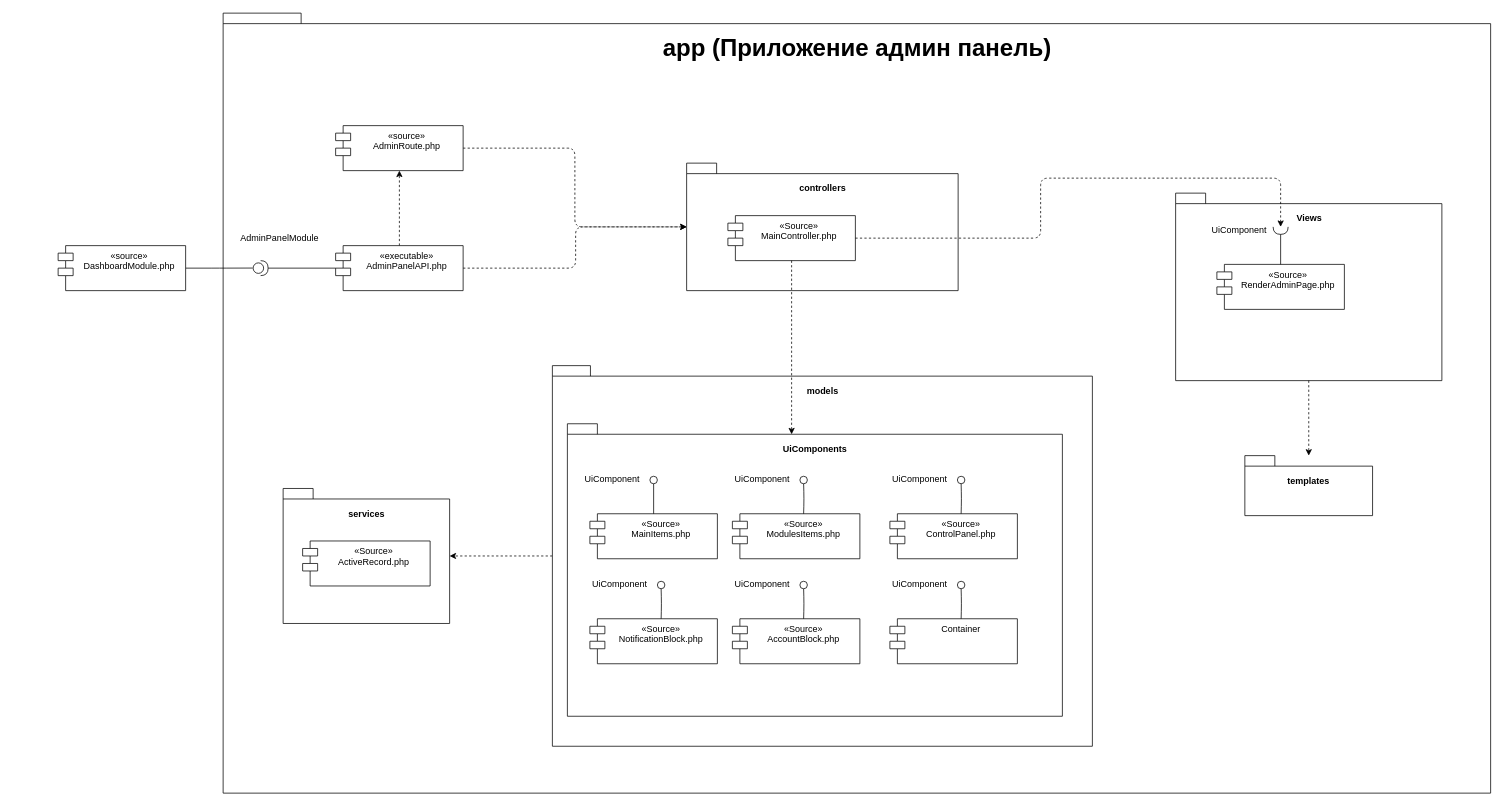
VadimContentHunter/admin-panel keeps this draw.io diagram as component diagrams.drawio. Above is the earlier version. Source tidied: cells renumbered, new cells numbered last; positions are measured from the earlier drawing's top-left corner, leaving out a move shared by most shapes. Both pictures are drawn from the tidied source at 75%, with x=0, y=0 at pixel (58, 13).
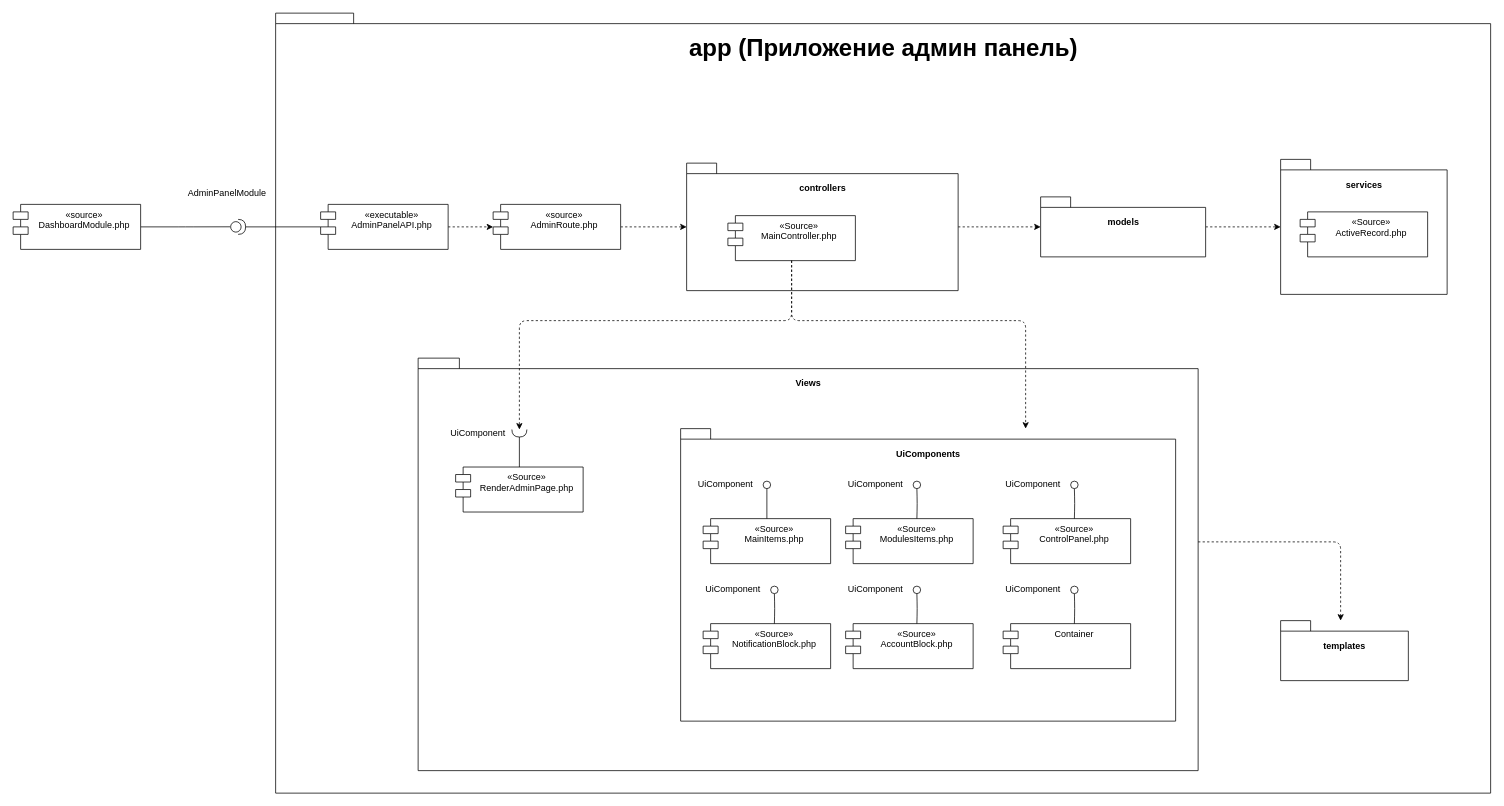
After the change.

Unchanged cells that the change refers to:
```xml
<mxCell id="3" value="controllers" style="shape=folder;fontStyle=1;spacingTop=20;tabWidth=40;tabHeight=14;tabPosition=left;html=1;verticalAlign=top;" parent="1" vertex="1">
  <mxGeometry x="838" y="200" width="362" height="170" as="geometry" />
</mxCell>
<mxCell id="12" value="«Source»&#10;MainController.php" style="shape=module;align=left;spacingLeft=20;align=center;verticalAlign=top;" parent="1" vertex="1">
  <mxGeometry x="893" y="270" width="170" height="60" as="geometry" />
</mxCell>
<mxCell id="23" value="services" style="shape=folder;fontStyle=1;spacingTop=20;tabWidth=40;tabHeight=14;tabPosition=left;html=1;verticalAlign=top;" parent="22" vertex="1">
  <mxGeometry width="222" height="180" as="geometry" />
</mxCell>
```

The edit, as a diff of the source:
```diff
@@
     <mxCell id="2" value="app (Приложение админ панель)" style="shape=folder;fontStyle=1;spacingTop=20;tabWidth=40;tabHeight=14;tabPosition=left;html=1;fontSize=32;verticalAlign=top;" parent="1" vertex="1">
-      <mxGeometry x="220" width="1690" height="1040" as="geometry" />
+      <mxGeometry x="290" width="1620" height="1040" as="geometry" />
     </mxCell>
+    <mxCell id="56" style="edgeStyle=orthogonalEdgeStyle;html=1;dashed=1;" parent="1" edge="1" source="3" target="26">
+      <mxGeometry relative="1" as="geometry" />
+    </mxCell>
@@
     <mxCell id="5" value="«source»&#10;AdminRoute.php" style="shape=module;align=left;spacingLeft=20;align=center;verticalAlign=top;" parent="1" vertex="1">
-      <mxGeometry x="370" y="150" width="170" height="60" as="geometry" />
+      <mxGeometry x="580" y="255" width="170" height="60" as="geometry" />
     </mxCell>
@@
-    <mxCell id="7" style="edgeStyle=orthogonalEdgeStyle;rounded=1;html=1;dashed=1;" parent="1" edge="1" source="8" target="3">
-      <mxGeometry relative="1" as="geometry">
-        <Array as="points">
-          <mxPoint x="690" y="340" />
-          <mxPoint x="690" y="285" />
-        </Array>
-      </mxGeometry>
-    </mxCell>
     <mxCell id="8" value="«executable»&#10;AdminPanelAPI.php" style="shape=module;align=left;spacingLeft=20;align=center;verticalAlign=top;" parent="1" vertex="1">
-      <mxGeometry x="370" y="310" width="170" height="60" as="geometry" />
+      <mxGeometry x="350" y="255" width="170" height="60" as="geometry" />
     </mxCell>
     <mxCell id="9" value="AdminPanelModule" style="text;html=1;align=center;verticalAlign=middle;strokeColor=none;fillColor=none;" parent="1" vertex="1">
-      <mxGeometry x="230" y="285" width="130" height="30" as="geometry" />
+      <mxGeometry x="160" y="225" width="130" height="30" as="geometry" />
     </mxCell>
@@
     <mxCell id="11" value="«source»&#10;DashboardModule.php" style="shape=module;align=left;spacingLeft=20;align=center;verticalAlign=top;" parent="1" vertex="1">
-      <mxGeometry y="310" width="170" height="60" as="geometry" />
+      <mxGeometry x="-60" y="255" width="170" height="60" as="geometry" />
     </mxCell>
@@
-    <mxCell id="13" style="edgeStyle=orthogonalEdgeStyle;rounded=1;html=1;dashed=1;" parent="1" edge="1" source="26" target="23">
-      <mxGeometry relative="1" as="geometry" />
-    </mxCell>
     <mxCell id="14" style="shape=providedRequiredInterface;html=1;verticalLabelPosition=bottom;sketch=0;fontSize=32;" parent="1" vertex="1">
-      <mxGeometry x="260" y="330" width="20" height="20" as="geometry" />
+      <mxGeometry x="230" y="275" width="20" height="20" as="geometry" />
     </mxCell>
@@
-    <mxCell id="16" style="group;" parent="1" vertex="1">
-      <mxGeometry x="1490" y="240" width="355" height="250" as="geometry" />
-    </mxCell>
-    <mxCell id="17" value="Views" style="shape=folder;fontStyle=1;spacingTop=20;tabWidth=40;tabHeight=14;tabPosition=left;html=1;fontColor=default;verticalAlign=top;" parent="16" vertex="1">
-      <mxGeometry width="355" height="250" as="geometry" />
-    </mxCell>
-    <mxCell id="18" value="«Source»&#10;RenderAdminPage.php" style="shape=module;align=left;spacingLeft=20;align=center;verticalAlign=top;" parent="16" vertex="1">
-      <mxGeometry x="55" y="95" width="170" height="60" as="geometry" />
-    </mxCell>
-    <mxCell id="19" style="rounded=0;jettySize=auto;html=1;endArrow=none;endFill=0;sketch=0;sourcePerimeterSpacing=0;targetPerimeterSpacing=0;" parent="16" edge="1" source="18" target="21">
-      <mxGeometry relative="1" as="geometry" />
-    </mxCell>
-    <mxCell id="20" value="UiComponent" style="text;html=1;strokeColor=none;fillColor=none;align=center;verticalAlign=middle;whiteSpace=wrap;rounded=0;" parent="16" vertex="1">
-      <mxGeometry x="45" y="43.8" width="80" height="12.5" as="geometry" />
-    </mxCell>
-    <mxCell id="21" style="shape=requiredInterface;html=1;verticalLabelPosition=bottom;sketch=0;rotation=0;fontColor=default;direction=south;" parent="16" vertex="1">
-      <mxGeometry x="130" y="45" width="20" height="10" as="geometry" />
-    </mxCell>
     <mxCell id="22" style="group;" parent="1" vertex="1">
-      <mxGeometry x="300" y="633.8" width="222" height="180" as="geometry" />
+      <mxGeometry x="1630" y="195" width="222" height="180" as="geometry" />
     </mxCell>
@@
-    <mxCell id="25" style="edgeStyle=orthogonalEdgeStyle;rounded=1;html=1;dashed=1;entryX=0;entryY=0.5;entryDx=0;entryDy=0;entryPerimeter=0;" parent="1" edge="1" source="12" target="21">
-      <mxGeometry relative="1" as="geometry">
-        <Array as="points">
-          <mxPoint x="1310" y="300" />
-          <mxPoint x="1310" y="220" />
-          <mxPoint x="1630" y="220" />
-        </Array>
-      </mxGeometry>
-    </mxCell>
+    <mxCell id="13" style="edgeStyle=orthogonalEdgeStyle;html=1;dashed=1;" parent="1" edge="1" source="26" target="23">
+      <mxGeometry relative="1" as="geometry" />
+    </mxCell>
     <mxCell id="26" value="models" style="shape=folder;fontStyle=1;spacingTop=20;tabWidth=40;tabHeight=14;tabPosition=left;html=1;verticalAlign=top;" parent="1" vertex="1">
-      <mxGeometry x="659" y="470" width="720" height="507.5" as="geometry" />
+      <mxGeometry x="1310" y="245" width="220" height="80" as="geometry" />
     </mxCell>
-    <mxCell id="27" style="group;" parent="1" vertex="1">
-      <mxGeometry x="679" y="547.5" width="660" height="390" as="geometry" />
-    </mxCell>
+    <mxCell id="54" value="templates" style="shape=folder;fontStyle=1;spacingTop=20;tabWidth=40;tabHeight=14;tabPosition=left;html=1;verticalAlign=top;" parent="1" vertex="1">
+      <mxGeometry x="1630" y="810" width="170.3" height="80" as="geometry" />
+    </mxCell>
+    <mxCell id="57" style="group;" parent="1" vertex="1">
+      <mxGeometry x="480" y="460" width="1040" height="550" as="geometry" />
+    </mxCell>
+    <mxCell id="17" value="Views" style="shape=folder;fontStyle=1;spacingTop=20;tabWidth=40;tabHeight=14;tabPosition=left;html=1;fontColor=default;verticalAlign=top;" parent="57" vertex="1">
+      <mxGeometry width="1040" height="550" as="geometry" />
+    </mxCell>
+    <mxCell id="55" style="group;" parent="57" vertex="1">
+      <mxGeometry x="350" y="94" width="660" height="390" as="geometry" />
+    </mxCell>
-    <mxCell id="28" value="UiComponents" style="shape=folder;fontStyle=1;spacingTop=20;tabWidth=40;tabHeight=14;tabPosition=left;align=center;spacing=2;fontColor=default;html=1;verticalAlign=top;" parent="27" vertex="1">
+    <mxCell id="28" value="UiComponents" style="shape=folder;fontStyle=1;spacingTop=20;tabWidth=40;tabHeight=14;tabPosition=left;align=center;spacing=2;fontColor=default;html=1;verticalAlign=top;" parent="55" vertex="1">
       <mxGeometry width="660" height="390" as="geometry" />
     </mxCell>
-    <mxCell id="29" value="«Source»&#10;MainItems.php" style="shape=module;align=left;spacingLeft=20;align=center;verticalAlign=top;" parent="27" vertex="1">
+    <mxCell id="29" value="«Source»&#10;MainItems.php" style="shape=module;align=left;spacingLeft=20;align=center;verticalAlign=top;" parent="55" vertex="1">
       <mxGeometry x="30" y="120" width="170" height="60" as="geometry" />
     </mxCell>
-    <mxCell id="30" value="«Source»&#10;ModulesItems.php" style="shape=module;align=left;spacingLeft=20;align=center;verticalAlign=top;" parent="27" vertex="1">
+    <mxCell id="30" value="«Source»&#10;ModulesItems.php" style="shape=module;align=left;spacingLeft=20;align=center;verticalAlign=top;" parent="55" vertex="1">
       <mxGeometry x="220" y="120" width="170" height="60" as="geometry" />
     </mxCell>
-    <mxCell id="31" value="«Source»&#10;ControlPanel.php" style="shape=module;align=left;spacingLeft=20;align=center;verticalAlign=top;" parent="27" vertex="1">
+    <mxCell id="31" value="«Source»&#10;ControlPanel.php" style="shape=module;align=left;spacingLeft=20;align=center;verticalAlign=top;" parent="55" vertex="1">
       <mxGeometry x="430" y="120" width="170" height="60" as="geometry" />
     </mxCell>
-    <mxCell id="32" value="«Source»&#10;NotificationBlock.php" style="shape=module;align=left;spacingLeft=20;align=center;verticalAlign=top;" parent="27" vertex="1">
+    <mxCell id="32" value="«Source»&#10;NotificationBlock.php" style="shape=module;align=left;spacingLeft=20;align=center;verticalAlign=top;" parent="55" vertex="1">
       <mxGeometry x="30" y="260" width="170" height="60" as="geometry" />
     </mxCell>
-    <mxCell id="33" value="«Source»&#10;AccountBlock.php" style="shape=module;align=left;spacingLeft=20;align=center;verticalAlign=top;" parent="27" vertex="1">
+    <mxCell id="33" value="«Source»&#10;AccountBlock.php" style="shape=module;align=left;spacingLeft=20;align=center;verticalAlign=top;" parent="55" vertex="1">
       <mxGeometry x="220" y="260" width="170" height="60" as="geometry" />
     </mxCell>
-    <mxCell id="34" value="Container" style="shape=module;align=left;spacingLeft=20;align=center;verticalAlign=top;" parent="27" vertex="1">
+    <mxCell id="34" value="Container" style="shape=module;align=left;spacingLeft=20;align=center;verticalAlign=top;" parent="55" vertex="1">
       <mxGeometry x="430" y="260" width="170" height="60" as="geometry" />
     </mxCell>
-    <mxCell id="35" style="ellipse;whiteSpace=wrap;html=1;align=center;points=[];outlineConnect=0;sketch=0;strokeWidth=1;fontSize=12;" parent="27" vertex="1">
+    <mxCell id="35" style="ellipse;whiteSpace=wrap;html=1;align=center;points=[];outlineConnect=0;sketch=0;strokeWidth=1;fontSize=12;" parent="55" vertex="1">
       <mxGeometry x="110" y="70" width="10" height="10" as="geometry" />
     </mxCell>
-    <mxCell id="36" style="edgeStyle=orthogonalEdgeStyle;rounded=1;jumpStyle=none;html=1;strokeWidth=1;fontColor=default;startArrow=none;startFill=0;endArrow=none;endFill=0;endSize=10;" parent="27" edge="1" source="29" target="35">
+    <mxCell id="36" style="edgeStyle=orthogonalEdgeStyle;rounded=1;jumpStyle=none;html=1;strokeWidth=1;fontColor=default;startArrow=none;startFill=0;endArrow=none;endFill=0;endSize=10;" parent="55" edge="1" source="29" target="35">
       <mxGeometry relative="1" as="geometry" />
     </mxCell>
-    <mxCell id="37" value="UiComponent" style="text;html=1;strokeColor=none;fillColor=none;align=center;verticalAlign=middle;whiteSpace=wrap;rounded=0;" parent="27" vertex="1">
+    <mxCell id="37" value="UiComponent" style="text;html=1;strokeColor=none;fillColor=none;align=center;verticalAlign=middle;whiteSpace=wrap;rounded=0;" parent="55" vertex="1">
       <mxGeometry x="20" y="67.5" width="80" height="12.5" as="geometry" />
     </mxCell>
-    <mxCell id="38" style="ellipse;whiteSpace=wrap;html=1;align=center;points=[];outlineConnect=0;sketch=0;strokeWidth=1;fontSize=12;" parent="27" vertex="1">
+    <mxCell id="38" style="ellipse;whiteSpace=wrap;html=1;align=center;points=[];outlineConnect=0;sketch=0;strokeWidth=1;fontSize=12;" parent="55" vertex="1">
       <mxGeometry x="310" y="70" width="10" height="10" as="geometry" />
     </mxCell>
-    <mxCell id="39" style="edgeStyle=orthogonalEdgeStyle;rounded=1;jumpStyle=none;html=1;strokeWidth=1;fontColor=default;startArrow=none;startFill=0;endArrow=none;endFill=0;endSize=10;" parent="27" edge="1" target="38">
+    <mxCell id="39" style="edgeStyle=orthogonalEdgeStyle;rounded=1;jumpStyle=none;html=1;strokeWidth=1;fontColor=default;startArrow=none;startFill=0;endArrow=none;endFill=0;endSize=10;" parent="55" edge="1" target="38">
       <mxGeometry relative="1" as="geometry">
         <mxPoint x="315" y="120" as="sourcePoint" />
       </mxGeometry>
     </mxCell>
-    <mxCell id="40" value="UiComponent" style="text;html=1;strokeColor=none;fillColor=none;align=center;verticalAlign=middle;whiteSpace=wrap;rounded=0;" parent="27" vertex="1">
+    <mxCell id="40" value="UiComponent" style="text;html=1;strokeColor=none;fillColor=none;align=center;verticalAlign=middle;whiteSpace=wrap;rounded=0;" parent="55" vertex="1">
       <mxGeometry x="220" y="67.5" width="80" height="12.5" as="geometry" />
     </mxCell>
-    <mxCell id="41" style="ellipse;whiteSpace=wrap;html=1;align=center;points=[];outlineConnect=0;sketch=0;strokeWidth=1;fontSize=12;" parent="27" vertex="1">
+    <mxCell id="41" style="ellipse;whiteSpace=wrap;html=1;align=center;points=[];outlineConnect=0;sketch=0;strokeWidth=1;fontSize=12;" parent="55" vertex="1">
       <mxGeometry x="520" y="70" width="10" height="10" as="geometry" />
     </mxCell>
-    <mxCell id="42" style="edgeStyle=orthogonalEdgeStyle;rounded=1;jumpStyle=none;html=1;strokeWidth=1;fontColor=default;startArrow=none;startFill=0;endArrow=none;endFill=0;endSize=10;" parent="27" edge="1" target="41">
+    <mxCell id="42" style="edgeStyle=orthogonalEdgeStyle;rounded=1;jumpStyle=none;html=1;strokeWidth=1;fontColor=default;startArrow=none;startFill=0;endArrow=none;endFill=0;endSize=10;" parent="55" edge="1" target="41">
       <mxGeometry relative="1" as="geometry">
         <mxPoint x="525" y="120" as="sourcePoint" />
       </mxGeometry>
     </mxCell>
-    <mxCell id="43" value="UiComponent" style="text;html=1;strokeColor=none;fillColor=none;align=center;verticalAlign=middle;whiteSpace=wrap;rounded=0;" parent="27" vertex="1">
+    <mxCell id="43" value="UiComponent" style="text;html=1;strokeColor=none;fillColor=none;align=center;verticalAlign=middle;whiteSpace=wrap;rounded=0;" parent="55" vertex="1">
       <mxGeometry x="430" y="67.5" width="80" height="12.5" as="geometry" />
     </mxCell>
-    <mxCell id="44" style="ellipse;whiteSpace=wrap;html=1;align=center;points=[];outlineConnect=0;sketch=0;strokeWidth=1;fontSize=12;" parent="27" vertex="1">
+    <mxCell id="44" style="ellipse;whiteSpace=wrap;html=1;align=center;points=[];outlineConnect=0;sketch=0;strokeWidth=1;fontSize=12;" parent="55" vertex="1">
       <mxGeometry x="520" y="210" width="10" height="10" as="geometry" />
     </mxCell>
-    <mxCell id="45" style="edgeStyle=orthogonalEdgeStyle;rounded=1;jumpStyle=none;html=1;strokeWidth=1;fontColor=default;startArrow=none;startFill=0;endArrow=none;endFill=0;endSize=10;" parent="27" edge="1" target="44">
+    <mxCell id="45" style="edgeStyle=orthogonalEdgeStyle;rounded=1;jumpStyle=none;html=1;strokeWidth=1;fontColor=default;startArrow=none;startFill=0;endArrow=none;endFill=0;endSize=10;" parent="55" edge="1" target="44">
       <mxGeometry relative="1" as="geometry">
         <mxPoint x="525" y="260" as="sourcePoint" />
       </mxGeometry>
     </mxCell>
-    <mxCell id="46" value="UiComponent" style="text;html=1;strokeColor=none;fillColor=none;align=center;verticalAlign=middle;whiteSpace=wrap;rounded=0;" parent="27" vertex="1">
+    <mxCell id="46" value="UiComponent" style="text;html=1;strokeColor=none;fillColor=none;align=center;verticalAlign=middle;whiteSpace=wrap;rounded=0;" parent="55" vertex="1">
       <mxGeometry x="430" y="207.5" width="80" height="12.5" as="geometry" />
     </mxCell>
-    <mxCell id="47" style="ellipse;whiteSpace=wrap;html=1;align=center;points=[];outlineConnect=0;sketch=0;strokeWidth=1;fontSize=12;" parent="27" vertex="1">
+    <mxCell id="47" style="ellipse;whiteSpace=wrap;html=1;align=center;points=[];outlineConnect=0;sketch=0;strokeWidth=1;fontSize=12;" parent="55" vertex="1">
       <mxGeometry x="310" y="210" width="10" height="10" as="geometry" />
     </mxCell>
-    <mxCell id="48" style="edgeStyle=orthogonalEdgeStyle;rounded=1;jumpStyle=none;html=1;strokeWidth=1;fontColor=default;startArrow=none;startFill=0;endArrow=none;endFill=0;endSize=10;" parent="27" edge="1" target="47">
+    <mxCell id="48" style="edgeStyle=orthogonalEdgeStyle;rounded=1;jumpStyle=none;html=1;strokeWidth=1;fontColor=default;startArrow=none;startFill=0;endArrow=none;endFill=0;endSize=10;" parent="55" edge="1" target="47">
       <mxGeometry relative="1" as="geometry">
         <mxPoint x="315" y="260" as="sourcePoint" />
       </mxGeometry>
     </mxCell>
-    <mxCell id="49" value="UiComponent" style="text;html=1;strokeColor=none;fillColor=none;align=center;verticalAlign=middle;whiteSpace=wrap;rounded=0;" parent="27" vertex="1">
+    <mxCell id="49" value="UiComponent" style="text;html=1;strokeColor=none;fillColor=none;align=center;verticalAlign=middle;whiteSpace=wrap;rounded=0;" parent="55" vertex="1">
       <mxGeometry x="220" y="207.5" width="80" height="12.5" as="geometry" />
     </mxCell>
-    <mxCell id="50" style="ellipse;whiteSpace=wrap;html=1;align=center;points=[];outlineConnect=0;sketch=0;strokeWidth=1;fontSize=12;" parent="27" vertex="1">
+    <mxCell id="50" style="ellipse;whiteSpace=wrap;html=1;align=center;points=[];outlineConnect=0;sketch=0;strokeWidth=1;fontSize=12;" parent="55" vertex="1">
       <mxGeometry x="120" y="210" width="10" height="10" as="geometry" />
     </mxCell>
-    <mxCell id="51" style="edgeStyle=orthogonalEdgeStyle;rounded=1;jumpStyle=none;html=1;strokeWidth=1;fontColor=default;startArrow=none;startFill=0;endArrow=none;endFill=0;endSize=10;" parent="27" edge="1" target="50">
+    <mxCell id="51" style="edgeStyle=orthogonalEdgeStyle;rounded=1;jumpStyle=none;html=1;strokeWidth=1;fontColor=default;startArrow=none;startFill=0;endArrow=none;endFill=0;endSize=10;" parent="55" edge="1" target="50">
       <mxGeometry relative="1" as="geometry">
         <mxPoint x="125" y="260" as="sourcePoint" />
       </mxGeometry>
     </mxCell>
-    <mxCell id="52" value="UiComponent" style="text;html=1;strokeColor=none;fillColor=none;align=center;verticalAlign=middle;whiteSpace=wrap;rounded=0;" parent="27" vertex="1">
+    <mxCell id="52" value="UiComponent" style="text;html=1;strokeColor=none;fillColor=none;align=center;verticalAlign=middle;whiteSpace=wrap;rounded=0;" parent="55" vertex="1">
       <mxGeometry x="30" y="207.5" width="80" height="12.5" as="geometry" />
     </mxCell>
+    <mxCell id="58" style="group;" parent="57" vertex="1">
+      <mxGeometry x="40" y="94" width="180" height="111.2" as="geometry" />
+    </mxCell>
+    <mxCell id="18" value="«Source»&#10;RenderAdminPage.php" style="shape=module;align=left;spacingLeft=20;align=center;verticalAlign=top;" parent="58" vertex="1">
+      <mxGeometry x="10" y="51.2" width="170" height="60" as="geometry" />
+    </mxCell>
+    <mxCell id="19" style="rounded=0;jettySize=auto;html=1;endArrow=none;endFill=0;sketch=0;sourcePerimeterSpacing=0;targetPerimeterSpacing=0;" parent="58" edge="1" source="18" target="21">
+      <mxGeometry relative="1" as="geometry" />
+    </mxCell>
+    <mxCell id="20" value="UiComponent" style="text;html=1;strokeColor=none;fillColor=none;align=center;verticalAlign=middle;whiteSpace=wrap;rounded=0;" parent="58" vertex="1">
+      <mxGeometry width="80" height="12.5" as="geometry" />
+    </mxCell>
+    <mxCell id="21" style="shape=requiredInterface;html=1;verticalLabelPosition=bottom;sketch=0;rotation=0;fontColor=default;direction=south;" parent="58" vertex="1">
+      <mxGeometry x="85" y="1.2" width="20" height="10" as="geometry" />
+    </mxCell>
+    <mxCell id="59" style="edgeStyle=orthogonalEdgeStyle;html=1;dashed=1;" parent="1" edge="1" source="17" target="54">
+      <mxGeometry relative="1" as="geometry">
+        <Array as="points">
+          <mxPoint x="1710" y="705" />
+        </Array>
+      </mxGeometry>
+    </mxCell>
+    <mxCell id="25" style="edgeStyle=orthogonalEdgeStyle;html=1;entryX=0;entryY=0.5;entryDx=0;entryDy=0;entryPerimeter=0;dashed=1;" parent="1" edge="1" source="12" target="21">
+      <mxGeometry relative="1" as="geometry">
+        <Array as="points">
+          <mxPoint x="978" y="410" />
+          <mxPoint x="615" y="410" />
+        </Array>
+      </mxGeometry>
+    </mxCell>
-    <mxCell id="53" style="edgeStyle=orthogonalEdgeStyle;html=1;entryX=0.453;entryY=0.036;entryDx=0;entryDy=0;entryPerimeter=0;dashed=1;" parent="1" edge="1" source="12" target="28">
-      <mxGeometry relative="1" as="geometry" />
+    <mxCell id="53" style="edgeStyle=orthogonalEdgeStyle;html=1;dashed=1;" parent="1" edge="1" source="12" target="28">
+      <mxGeometry relative="1" as="geometry">
+        <Array as="points">
+          <mxPoint x="978" y="410" />
+          <mxPoint x="1290" y="410" />
+        </Array>
+      </mxGeometry>
     </mxCell>
-    <mxCell id="54" value="templates" style="shape=folder;fontStyle=1;spacingTop=20;tabWidth=40;tabHeight=14;tabPosition=left;html=1;verticalAlign=top;" parent="1" vertex="1">
-      <mxGeometry x="1582.3" y="590" width="170.3" height="80" as="geometry" />
-    </mxCell>
-    <mxCell id="55" style="edgeStyle=orthogonalEdgeStyle;html=1;dashed=1;" parent="1" edge="1" source="17" target="54">
-      <mxGeometry relative="1" as="geometry" />
-    </mxCell>
```
